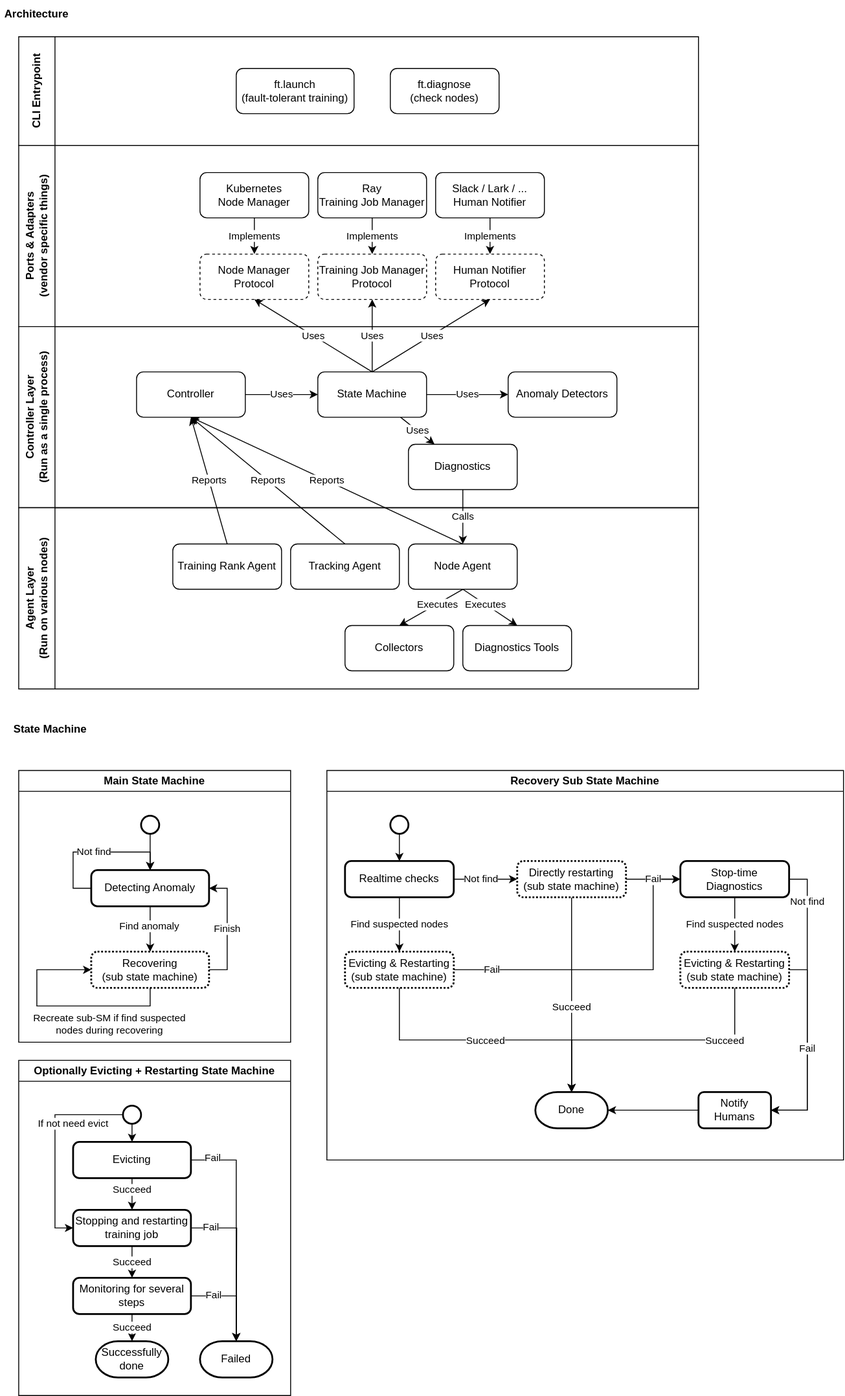
This is miles/utils/ft/ft_arch.svg from radixark/miles, a draw.io export, as it was before one commit. Source tidied: cells renumbered, new cells last; positions are measured from the earlier drawing's top-left corner, leaving out a move shared by most shapes.
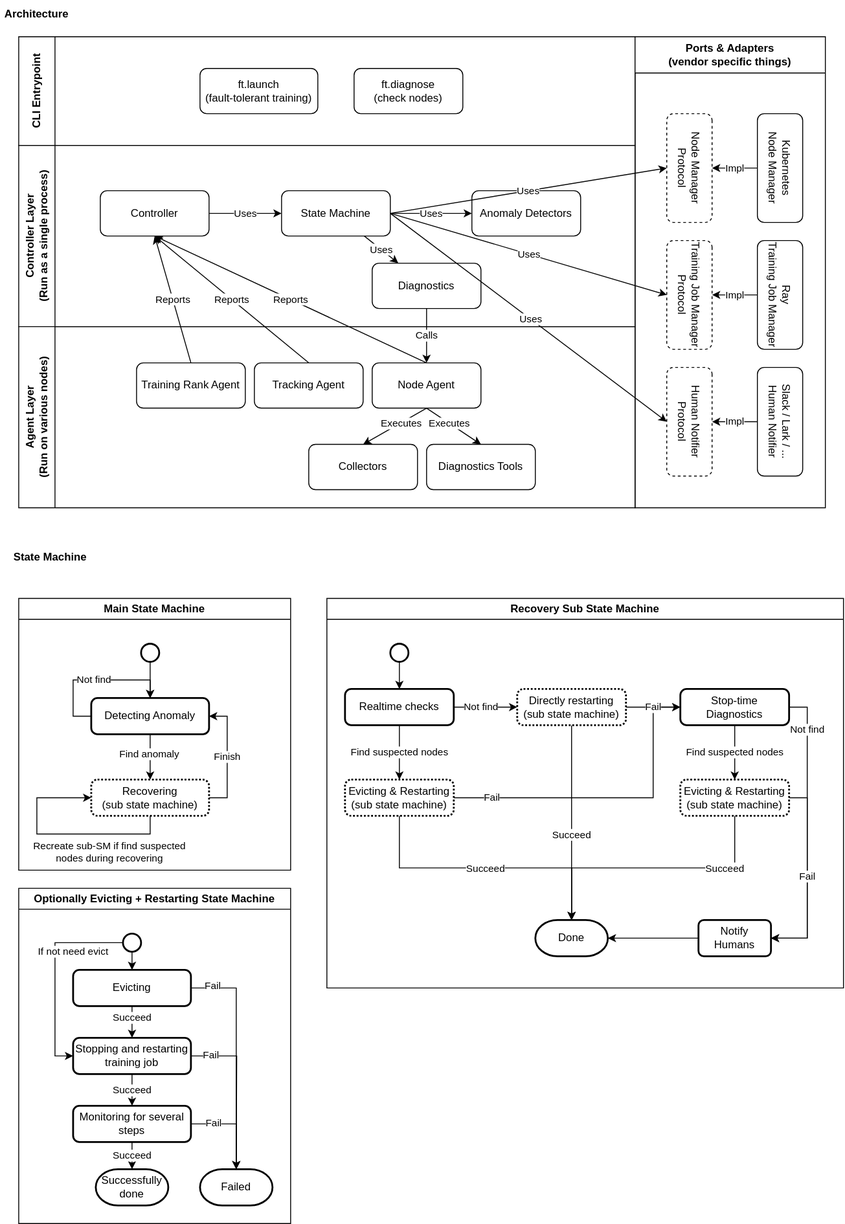
Later version of the same file.

Diff of the diagram source:
```diff
@@ -6,52 +6,22 @@
       <mxGeometry width="80" height="30" as="geometry" />
     </mxCell>
     <mxCell id="3" value="State Machine" style="text;html=1;strokeColor=none;fillColor=none;align=center;verticalAlign=middle;whiteSpace=wrap;rounded=0;fontStyle=1;" parent="1" vertex="1">
-      <mxGeometry y="790" width="110" height="30" as="geometry" />
+      <mxGeometry y="600" width="110" height="30" as="geometry" />
     </mxCell>
-    <mxCell id="4" value="Ports &amp;amp; Adapters&lt;br&gt;(vendor specific things)" style="swimlane;horizontal=0;whiteSpace=wrap;html=1;startSize=40;" parent="1" vertex="1">
-      <mxGeometry x="20" y="160" width="750" height="200" as="geometry" />
-    </mxCell>
-    <mxCell id="5" value="Human Notifier Protocol" style="rounded=1;whiteSpace=wrap;html=1;dashed=1;" parent="4" vertex="1">
-      <mxGeometry x="460" y="120" width="120" height="50" as="geometry" />
-    </mxCell>
-    <mxCell id="6" value="Training Job Manager Protocol" style="rounded=1;whiteSpace=wrap;html=1;dashed=1;" parent="4" vertex="1">
-      <mxGeometry x="330" y="120" width="120" height="50" as="geometry" />
-    </mxCell>
-    <mxCell id="7" value="Node Manager Protocol" style="rounded=1;whiteSpace=wrap;html=1;dashed=1;" parent="4" vertex="1">
-      <mxGeometry x="200" y="120" width="120" height="50" as="geometry" />
-    </mxCell>
-    <mxCell id="8" value="Implements" style="edgeStyle=orthogonalEdgeStyle;rounded=0;jettySize=auto;html=1;exitX=0.5;exitY=1;exitDx=0;exitDy=0;entryX=0.5;entryY=0;entryDx=0;entryDy=0;" parent="4" edge="1" source="9" target="7">
-      <mxGeometry relative="1" as="geometry" />
-    </mxCell>
-    <mxCell id="9" value="Kubernetes&lt;br&gt;Node Manager" style="rounded=1;whiteSpace=wrap;html=1;" parent="4" vertex="1">
-      <mxGeometry x="200" y="30" width="120" height="50" as="geometry" />
-    </mxCell>
-    <mxCell id="10" value="Ray&lt;br&gt;Training Job Manager" style="rounded=1;whiteSpace=wrap;html=1;" parent="4" vertex="1">
-      <mxGeometry x="330" y="30" width="120" height="50" as="geometry" />
-    </mxCell>
-    <mxCell id="11" value="Slack / Lark / ... &lt;br&gt;Human Notifier" style="rounded=1;whiteSpace=wrap;html=1;" parent="4" vertex="1">
-      <mxGeometry x="460" y="30" width="120" height="50" as="geometry" />
-    </mxCell>
-    <mxCell id="12" value="Implements" style="edgeStyle=orthogonalEdgeStyle;rounded=0;jettySize=auto;html=1;exitX=0.5;exitY=1;exitDx=0;exitDy=0;entryX=0.5;entryY=0;entryDx=0;entryDy=0;" parent="4" edge="1" source="11" target="5">
-      <mxGeometry relative="1" as="geometry" />
-    </mxCell>
-    <mxCell id="13" value="Implements" style="edgeStyle=orthogonalEdgeStyle;rounded=0;jettySize=auto;html=1;exitX=0.5;exitY=1;exitDx=0;exitDy=0;entryX=0.5;entryY=0;entryDx=0;entryDy=0;" parent="4" edge="1" source="10" target="6">
-      <mxGeometry relative="1" as="geometry" />
-    </mxCell>
     <mxCell id="14" value="Controller Layer&lt;br&gt;(Run as a single process)" style="swimlane;horizontal=0;whiteSpace=wrap;html=1;startSize=40;" parent="1" vertex="1">
-      <mxGeometry x="20" y="360" width="750" height="200" as="geometry" />
+      <mxGeometry x="20" y="160" width="680" height="200" as="geometry" />
     </mxCell>
     <mxCell id="15" value="Uses" style="rounded=0;jettySize=auto;html=1;exitX=1;exitY=0.5;exitDx=0;exitDy=0;entryX=0;entryY=0.5;entryDx=0;entryDy=0;" parent="14" edge="1" source="16" target="21">
       <mxGeometry relative="1" as="geometry" />
     </mxCell>
     <mxCell id="16" value="Controller" style="rounded=1;whiteSpace=wrap;html=1;" parent="14" vertex="1">
-      <mxGeometry x="130" y="50" width="120" height="50" as="geometry" />
+      <mxGeometry x="90" y="50" width="120" height="50" as="geometry" />
     </mxCell>
     <mxCell id="17" value="Diagnostics" style="rounded=1;whiteSpace=wrap;html=1;" parent="14" vertex="1">
-      <mxGeometry x="430" y="130" width="120" height="50" as="geometry" />
+      <mxGeometry x="390" y="130" width="120" height="50" as="geometry" />
     </mxCell>
     <mxCell id="18" value="Anomaly Detectors" style="rounded=1;whiteSpace=wrap;html=1;" parent="14" vertex="1">
-      <mxGeometry x="540" y="50" width="120" height="50" as="geometry" />
+      <mxGeometry x="500" y="50" width="120" height="50" as="geometry" />
     </mxCell>
     <mxCell id="19" value="Uses" style="rounded=0;jettySize=auto;html=1;" parent="14" edge="1" source="21" target="17">
       <mxGeometry relative="1" as="geometry" />
@@ -60,10 +30,10 @@
       <mxGeometry relative="1" as="geometry" />
     </mxCell>
     <mxCell id="21" value="State Machine" style="rounded=1;whiteSpace=wrap;html=1;" parent="14" vertex="1">
-      <mxGeometry x="330" y="50" width="120" height="50" as="geometry" />
+      <mxGeometry x="290" y="50" width="120" height="50" as="geometry" />
     </mxCell>
     <mxCell id="22" value="Agent Layer&lt;br&gt;(Run on various nodes)" style="swimlane;horizontal=0;whiteSpace=wrap;html=1;startSize=40;" parent="1" vertex="1">
-      <mxGeometry x="20" y="560" width="750" height="200" as="geometry" />
+      <mxGeometry x="20" y="360" width="680" height="200" as="geometry" />
     </mxCell>
     <mxCell id="23" style="rounded=0;jettySize=auto;html=1;exitX=0.5;exitY=1;exitDx=0;exitDy=0;entryX=0.5;entryY=0;entryDx=0;entryDy=0;" parent="22" edge="1" source="25" target="28">
       <mxGeometry relative="1" as="geometry" />
@@ -72,19 +42,19 @@
       <mxGeometry x="-0.2" relative="1" as="geometry" />
     </mxCell>
     <mxCell id="25" value="Node Agent" style="rounded=1;whiteSpace=wrap;html=1;" parent="22" vertex="1">
-      <mxGeometry x="430" y="40" width="120" height="50" as="geometry" />
+      <mxGeometry x="390" y="40" width="120" height="50" as="geometry" />
     </mxCell>
     <mxCell id="26" value="Training Rank Agent" style="rounded=1;whiteSpace=wrap;html=1;" parent="22" vertex="1">
-      <mxGeometry x="170" y="40" width="120" height="50" as="geometry" />
+      <mxGeometry x="130" y="40" width="120" height="50" as="geometry" />
     </mxCell>
     <mxCell id="27" value="Tracking Agent" style="rounded=1;whiteSpace=wrap;html=1;" parent="22" vertex="1">
-      <mxGeometry x="300" y="40" width="120" height="50" as="geometry" />
+      <mxGeometry x="260" y="40" width="120" height="50" as="geometry" />
     </mxCell>
     <mxCell id="28" value="Collectors" style="rounded=1;whiteSpace=wrap;html=1;" parent="22" vertex="1">
-      <mxGeometry x="360" y="130" width="120" height="50" as="geometry" />
+      <mxGeometry x="320" y="130" width="120" height="50" as="geometry" />
     </mxCell>
     <mxCell id="29" value="Diagnostics Tools" style="rounded=1;whiteSpace=wrap;html=1;" parent="22" vertex="1">
-      <mxGeometry x="490" y="130" width="120" height="50" as="geometry" />
+      <mxGeometry x="450" y="130" width="120" height="50" as="geometry" />
     </mxCell>
     <mxCell id="30" style="rounded=0;jettySize=auto;html=1;exitX=0.5;exitY=1;exitDx=0;exitDy=0;entryX=0.5;entryY=0;entryDx=0;entryDy=0;" parent="22" edge="1" source="25" target="29">
       <mxGeometry relative="1" as="geometry" />
@@ -104,20 +74,20 @@
     <mxCell id="35" value="Calls" style="rounded=0;jettySize=auto;html=1;exitX=0.5;exitY=1;exitDx=0;exitDy=0;entryX=0.5;entryY=0;entryDx=0;entryDy=0;" parent="1" edge="1" source="17" target="25">
       <mxGeometry relative="1" as="geometry" />
     </mxCell>
-    <mxCell id="36" value="Uses" style="rounded=0;jettySize=auto;html=1;exitX=0.5;exitY=0;exitDx=0;exitDy=0;entryX=0.5;entryY=1;entryDx=0;entryDy=0;" parent="1" edge="1" source="21" target="6">
+    <mxCell id="36" value="Uses" style="rounded=0;jettySize=auto;html=1;exitX=1;exitY=0.5;exitDx=0;exitDy=0;entryX=0.5;entryY=1;entryDx=0;entryDy=0;" parent="1" edge="1" source="21" target="6">
       <mxGeometry relative="1" as="geometry" />
     </mxCell>
-    <mxCell id="37" style="rounded=0;jettySize=auto;html=1;exitX=0.5;exitY=0;exitDx=0;exitDy=0;entryX=0.5;entryY=1;entryDx=0;entryDy=0;" parent="1" edge="1" source="21" target="5">
+    <mxCell id="37" style="rounded=0;jettySize=auto;html=1;exitX=1;exitY=0.5;exitDx=0;exitDy=0;entryX=0.5;entryY=1;entryDx=0;entryDy=0;" parent="1" edge="1" source="21" target="5">
       <mxGeometry relative="1" as="geometry" />
     </mxCell>
     <mxCell id="38" value="Uses" style="edgeLabel;html=1;align=center;verticalAlign=middle;" parent="37" vertex="1">
       <mxGeometry x="0.01" relative="1" as="geometry" />
     </mxCell>
-    <mxCell id="39" value="Uses" style="rounded=0;jettySize=auto;html=1;exitX=0.5;exitY=0;exitDx=0;exitDy=0;entryX=0.5;entryY=1;entryDx=0;entryDy=0;" parent="1" edge="1" source="21" target="7">
+    <mxCell id="39" value="Uses" style="rounded=0;jettySize=auto;html=1;exitX=1;exitY=0.5;exitDx=0;exitDy=0;entryX=0.5;entryY=1;entryDx=0;entryDy=0;" parent="1" edge="1" source="21" target="7">
       <mxGeometry relative="1" as="geometry" />
     </mxCell>
     <mxCell id="40" value="Main State Machine" style="swimlane;whiteSpace=wrap;html=1;" parent="1" vertex="1">
-      <mxGeometry x="20" y="850" width="300" height="300" as="geometry" />
+      <mxGeometry x="20" y="660" width="300" height="300" as="geometry" />
     </mxCell>
     <mxCell id="41" style="strokeWidth=2;html=1;shape=mxgraph.flowchart.start_2;whiteSpace=wrap;" parent="40" vertex="1">
       <mxGeometry x="135" y="50" width="20" height="20" as="geometry" />
@@ -164,7 +134,7 @@
       </mxGeometry>
     </mxCell>
     <mxCell id="51" value="Recovery Sub State Machine" style="swimlane;whiteSpace=wrap;html=1;" parent="1" vertex="1">
-      <mxGeometry x="360" y="850" width="570" height="430" as="geometry" />
+      <mxGeometry x="360" y="660" width="570" height="430" as="geometry" />
     </mxCell>
     <mxCell id="52" style="edgeStyle=orthogonalEdgeStyle;rounded=0;jettySize=auto;html=1;exitX=0.5;exitY=1;exitDx=0;exitDy=0;exitPerimeter=0;entryX=0.5;entryY=0;entryDx=0;entryDy=0;" parent="51" edge="1" source="53" target="56">
       <mxGeometry relative="1" as="geometry" />
@@ -243,7 +213,7 @@
       <mxGeometry x="410" y="355" width="80" height="40" as="geometry" />
     </mxCell>
     <mxCell id="75" value="Optionally Evicting + Restarting State Machine" style="swimlane;whiteSpace=wrap;html=1;" parent="1" vertex="1">
-      <mxGeometry x="20" y="1170" width="300" height="370" as="geometry" />
+      <mxGeometry x="20" y="980" width="300" height="370" as="geometry" />
     </mxCell>
     <mxCell id="76" style="edgeStyle=orthogonalEdgeStyle;rounded=0;jettySize=auto;html=1;exitX=0;exitY=0.5;exitDx=0;exitDy=0;exitPerimeter=0;entryX=0;entryY=0.5;entryDx=0;entryDy=0;" parent="75" edge="1" source="78" target="88">
       <mxGeometry relative="1" as="geometry">
@@ -317,13 +287,43 @@
       <mxGeometry x="200" y="310" width="80" height="40" as="geometry" />
     </mxCell>
     <mxCell id="95" value="CLI Entrypoint" style="swimlane;horizontal=0;whiteSpace=wrap;html=1;startSize=40;" parent="1" vertex="1">
-      <mxGeometry x="20" y="40" width="750" height="120" as="geometry" />
+      <mxGeometry x="20" y="40" width="680" height="120" as="geometry" />
     </mxCell>
     <mxCell id="96" value="ft.launch&lt;br&gt;(fault-tolerant training)" style="rounded=1;whiteSpace=wrap;html=1;" parent="95" vertex="1">
-      <mxGeometry x="240" y="35" width="130" height="50" as="geometry" />
+      <mxGeometry x="200" y="35" width="130" height="50" as="geometry" />
     </mxCell>
     <mxCell id="97" value="ft.diagnose&lt;br&gt;(check nodes)" style="rounded=1;whiteSpace=wrap;html=1;" parent="95" vertex="1">
-      <mxGeometry x="410" y="35" width="120" height="50" as="geometry" />
+      <mxGeometry x="370" y="35" width="120" height="50" as="geometry" />
     </mxCell>
+    <mxCell id="4" value="Ports &amp;amp; Adapters&lt;br style=&quot;border-color: var(--border-color);&quot;&gt;&lt;span style=&quot;background-color: rgb(255, 255, 255);&quot;&gt;(vendor specific things)&lt;/span&gt;" style="swimlane;whiteSpace=wrap;html=1;startSize=40;" parent="1" vertex="1">
+      <mxGeometry x="700" y="40" width="210" height="520" as="geometry" />
+    </mxCell>
+    <mxCell id="5" value="Human Notifier Protocol" style="rounded=1;whiteSpace=wrap;html=1;dashed=1;rotation=90;" parent="4" vertex="1">
+      <mxGeometry y="400" width="120" height="50" as="geometry" />
+    </mxCell>
+    <mxCell id="6" value="Training Job Manager Protocol" style="rounded=1;whiteSpace=wrap;html=1;dashed=1;rotation=90;" parent="4" vertex="1">
+      <mxGeometry y="260" width="120" height="50" as="geometry" />
+    </mxCell>
+    <mxCell id="7" value="Node Manager Protocol" style="rounded=1;whiteSpace=wrap;html=1;dashed=1;rotation=90;" parent="4" vertex="1">
+      <mxGeometry y="120" width="120" height="50" as="geometry" />
+    </mxCell>
+    <mxCell id="8" value="Impl" style="edgeStyle=orthogonalEdgeStyle;rounded=0;jettySize=auto;html=1;exitX=0.5;exitY=1;exitDx=0;exitDy=0;entryX=0.5;entryY=0;entryDx=0;entryDy=0;" parent="4" edge="1" source="9" target="7">
+      <mxGeometry relative="1" as="geometry" />
+    </mxCell>
+    <mxCell id="9" value="Kubernetes&lt;br&gt;Node Manager" style="rounded=1;whiteSpace=wrap;html=1;rotation=90;" parent="4" vertex="1">
+      <mxGeometry x="100" y="120" width="120" height="50" as="geometry" />
+    </mxCell>
+    <mxCell id="10" value="Ray&lt;br&gt;Training Job Manager" style="rounded=1;whiteSpace=wrap;html=1;rotation=90;" parent="4" vertex="1">
+      <mxGeometry x="100" y="260" width="120" height="50" as="geometry" />
+    </mxCell>
+    <mxCell id="11" value="Slack / Lark / ... &lt;br&gt;Human Notifier" style="rounded=1;whiteSpace=wrap;html=1;rotation=90;" parent="4" vertex="1">
+      <mxGeometry x="100" y="400" width="120" height="50" as="geometry" />
+    </mxCell>
+    <mxCell id="12" value="Impl" style="edgeStyle=orthogonalEdgeStyle;rounded=0;jettySize=auto;html=1;exitX=0.5;exitY=1;exitDx=0;exitDy=0;entryX=0.5;entryY=0;entryDx=0;entryDy=0;" parent="4" edge="1" source="11" target="5">
+      <mxGeometry relative="1" as="geometry" />
+    </mxCell>
+    <mxCell id="13" value="Impl" style="edgeStyle=orthogonalEdgeStyle;rounded=0;jettySize=auto;html=1;exitX=0.5;exitY=1;exitDx=0;exitDy=0;entryX=0.5;entryY=0;entryDx=0;entryDy=0;" parent="4" edge="1" source="10" target="6">
+      <mxGeometry relative="1" as="geometry" />
+    </mxCell>
   </root>
 </mxGraphModel>
```
